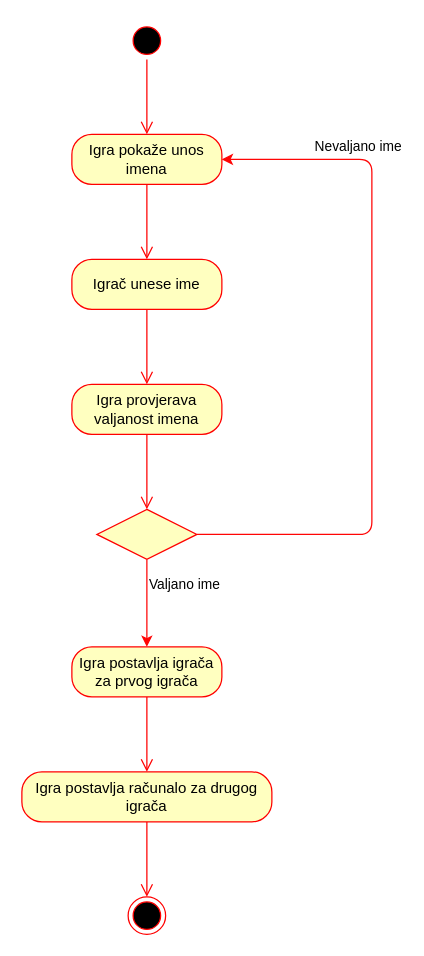
Above: page "Dijagram podaktivnosti unosa igrača" (3 of 9) of Untitled Diagram.drawio in avrkic/21 (draw.io), before the change. Source tidied: cells renumbered, new cells numbered last; positions are measured from the earlier drawing's top-left corner, leaving out a move shared by most shapes. Both pictures are drawn from the tidied source at 125%, with x=0, y=0 at pixel (21, 21).
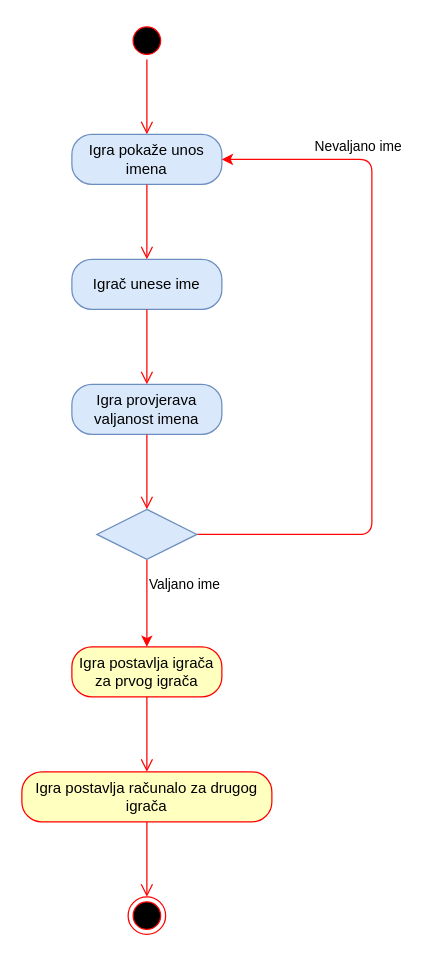
The same diagram, later.

Diff of the diagram source:
```diff
@@
 <mxGraphModel>
   <root>
     <mxCell id="0" />
     <mxCell id="1" parent="0" />
     <mxCell id="2" style="ellipse;html=1;shape=startState;fillColor=#000000;strokeColor=#ff0000;" parent="1" vertex="1">
       <mxGeometry x="85" width="30" height="30" as="geometry" />
     </mxCell>
     <mxCell id="3" style="edgeStyle=orthogonalEdgeStyle;html=1;verticalAlign=bottom;endArrow=open;endSize=8;strokeColor=#ff0000;entryX=0.5;entryY=0;entryDx=0;entryDy=0;" parent="1" edge="1" source="2" target="4">
       <mxGeometry relative="1" as="geometry" />
     </mxCell>
-    <mxCell id="4" value="Igra pokaže unos imena" style="rounded=1;whiteSpace=wrap;html=1;arcSize=40;fontColor=#000000;fillColor=#ffffc0;strokeColor=#ff0000;" parent="1" vertex="1">
+    <mxCell id="4" value="Igra pokaže unos imena" style="rounded=1;whiteSpace=wrap;html=1;arcSize=40;fillColor=#dae8fc;strokeColor=#6c8ebf;" parent="1" vertex="1">
       <mxGeometry x="40" y="90" width="120" height="40" as="geometry" />
     </mxCell>
     <mxCell id="5" style="edgeStyle=orthogonalEdgeStyle;html=1;verticalAlign=bottom;endArrow=open;endSize=8;strokeColor=#ff0000;entryX=0.5;entryY=0;entryDx=0;entryDy=0;" parent="1" edge="1" source="4" target="6">
       <mxGeometry relative="1" as="geometry" />
     </mxCell>
-    <mxCell id="6" value="Igrač unese ime" style="rounded=1;whiteSpace=wrap;html=1;arcSize=40;fontColor=#000000;fillColor=#ffffc0;strokeColor=#ff0000;" parent="1" vertex="1">
+    <mxCell id="6" value="Igrač unese ime" style="rounded=1;whiteSpace=wrap;html=1;arcSize=40;fillColor=#dae8fc;strokeColor=#6c8ebf;" parent="1" vertex="1">
       <mxGeometry x="40" y="190" width="120" height="40" as="geometry" />
     </mxCell>
     <mxCell id="7" style="edgeStyle=orthogonalEdgeStyle;html=1;verticalAlign=bottom;endArrow=open;endSize=8;strokeColor=#ff0000;exitX=0.5;exitY=1;exitDx=0;exitDy=0;entryX=0.5;entryY=0;entryDx=0;entryDy=0;" parent="1" edge="1" source="6" target="8">
       <mxGeometry relative="1" as="geometry" />
     </mxCell>
-    <mxCell id="8" value="Igra provjerava valjanost imena" style="rounded=1;whiteSpace=wrap;html=1;arcSize=40;fontColor=#000000;fillColor=#ffffc0;strokeColor=#ff0000;" parent="1" vertex="1">
+    <mxCell id="8" value="Igra provjerava valjanost imena" style="rounded=1;whiteSpace=wrap;html=1;arcSize=40;fillColor=#dae8fc;strokeColor=#6c8ebf;" parent="1" vertex="1">
       <mxGeometry x="40" y="290" width="120" height="40" as="geometry" />
     </mxCell>
     <mxCell id="9" style="edgeStyle=orthogonalEdgeStyle;html=1;verticalAlign=bottom;endArrow=open;endSize=8;strokeColor=#ff0000;entryX=0.5;entryY=0;entryDx=0;entryDy=0;" parent="1" edge="1" source="8" target="12">
       <mxGeometry relative="1" as="geometry" />
     </mxCell>
     <mxCell id="10" value="Nevaljano ime" style="edgeStyle=orthogonalEdgeStyle;rounded=1;jettySize=auto;html=1;exitX=1;exitY=0.5;exitDx=0;exitDy=0;entryX=1;entryY=0.5;entryDx=0;entryDy=0;strokeColor=#FF0505;" parent="1" edge="1" source="12" target="4">
       <mxGeometry x="0.61" y="-10" relative="1" as="geometry">
         <Array as="points">
           <mxPoint x="280" y="410" />
           <mxPoint x="280" y="110" />
         </Array>
       </mxGeometry>
     </mxCell>
     <mxCell id="11" value="Valjano ime" style="edgeStyle=orthogonalEdgeStyle;rounded=1;jettySize=auto;html=1;exitX=0.5;exitY=1;exitDx=0;exitDy=0;entryX=0.5;entryY=0;entryDx=0;entryDy=0;strokeColor=#FF0505;" parent="1" edge="1" source="12" target="13">
       <mxGeometry x="-0.43" y="30" relative="1" as="geometry" />
     </mxCell>
-    <mxCell id="12" style="rhombus;whiteSpace=wrap;html=1;fillColor=#ffffc0;strokeColor=#ff0000;" parent="1" vertex="1">
+    <mxCell id="12" style="rhombus;whiteSpace=wrap;html=1;fillColor=#dae8fc;strokeColor=#6c8ebf;" parent="1" vertex="1">
       <mxGeometry x="60" y="390" width="80" height="40" as="geometry" />
     </mxCell>
     <mxCell id="13" value="Igra postavlja igrača za prvog igrača" style="rounded=1;whiteSpace=wrap;html=1;arcSize=40;fontColor=#000000;fillColor=#ffffc0;strokeColor=#ff0000;" parent="1" vertex="1">
       <mxGeometry x="40" y="500" width="120" height="40" as="geometry" />
     </mxCell>
     <mxCell id="14" style="edgeStyle=orthogonalEdgeStyle;html=1;verticalAlign=bottom;endArrow=open;endSize=8;strokeColor=#ff0000;entryX=0.5;entryY=0;entryDx=0;entryDy=0;" parent="1" edge="1" source="13" target="15">
       <mxGeometry relative="1" as="geometry" />
     </mxCell>
     <mxCell id="15" value="Igra postavlja računalo za drugog igrača" style="rounded=1;whiteSpace=wrap;html=1;arcSize=40;fontColor=#000000;fillColor=#ffffc0;strokeColor=#ff0000;" parent="1" vertex="1">
       <mxGeometry y="600" width="200" height="40" as="geometry" />
     </mxCell>
     <mxCell id="16" style="edgeStyle=orthogonalEdgeStyle;html=1;verticalAlign=bottom;endArrow=open;endSize=8;strokeColor=#ff0000;entryX=0.5;entryY=0;entryDx=0;entryDy=0;" parent="1" edge="1" source="15" target="17">
       <mxGeometry relative="1" as="geometry" />
     </mxCell>
     <mxCell id="17" style="ellipse;html=1;shape=endState;fillColor=#000000;strokeColor=#ff0000;" parent="1" vertex="1">
       <mxGeometry x="85" y="700" width="30" height="30" as="geometry" />
     </mxCell>
   </root>
 </mxGraphModel>
```
